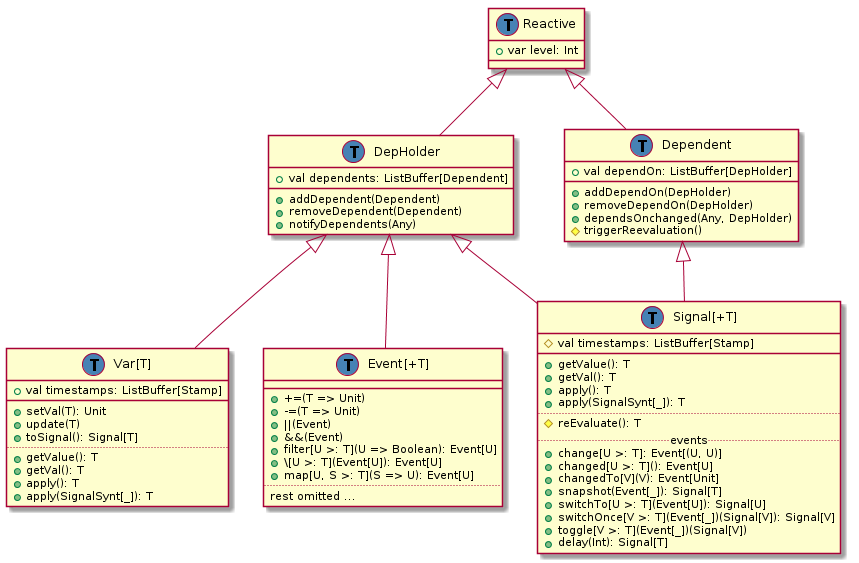
Earlier version of the PlantUML export doc/class-hierarchy/pre-refactoring-may-14.png (rescala-lang/REScala).
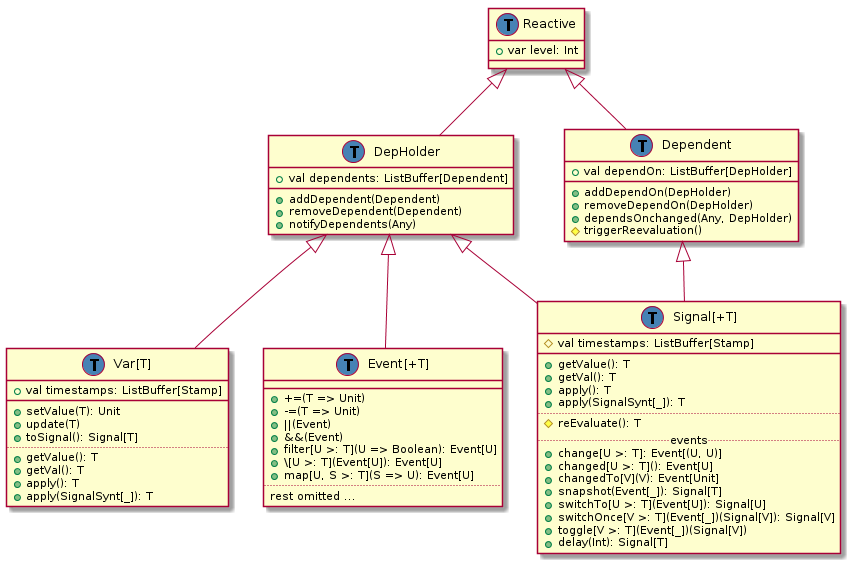
Above is the later version.

Change to the diagram source:
```diff
@@ -23,7 +23,7 @@
 class "Var[T]" as Var extends DepHolder {
   +val timestamps: ListBuffer[Stamp]
   __
-  +setVal(T): Unit
+  +setValue(T): Unit
   +update(T)
   +toSignal(): Signal[T]
   ..
```
